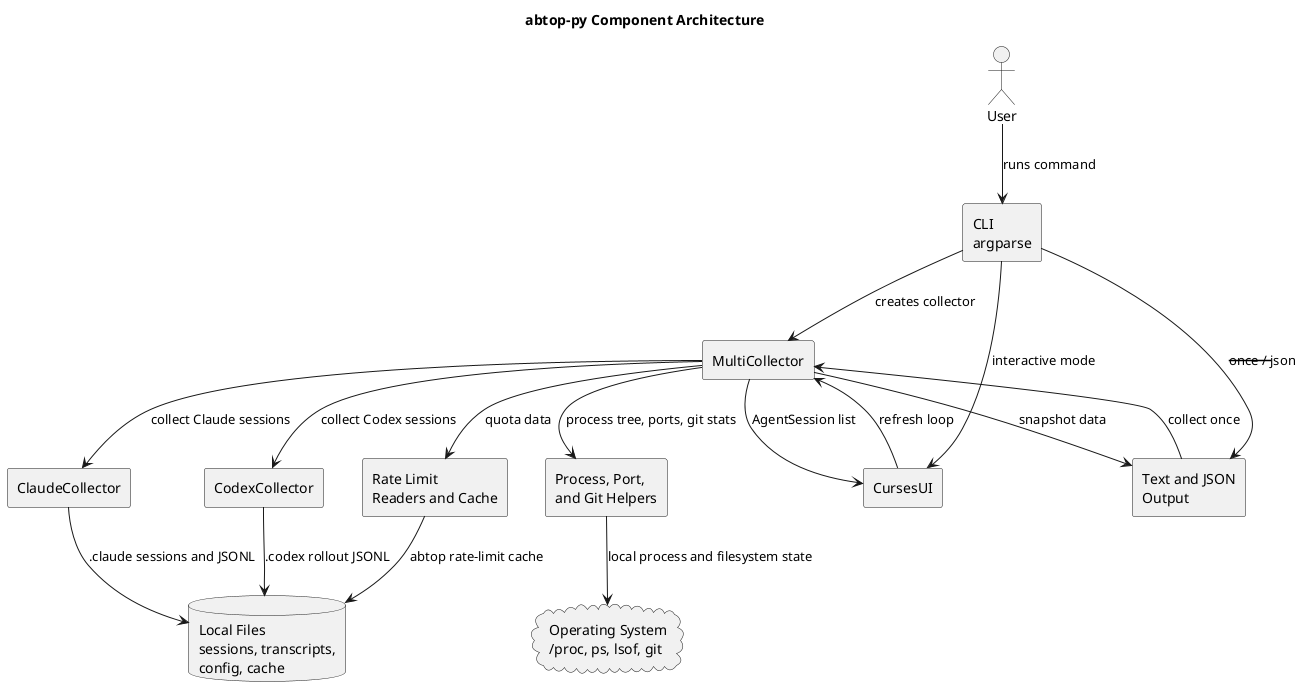
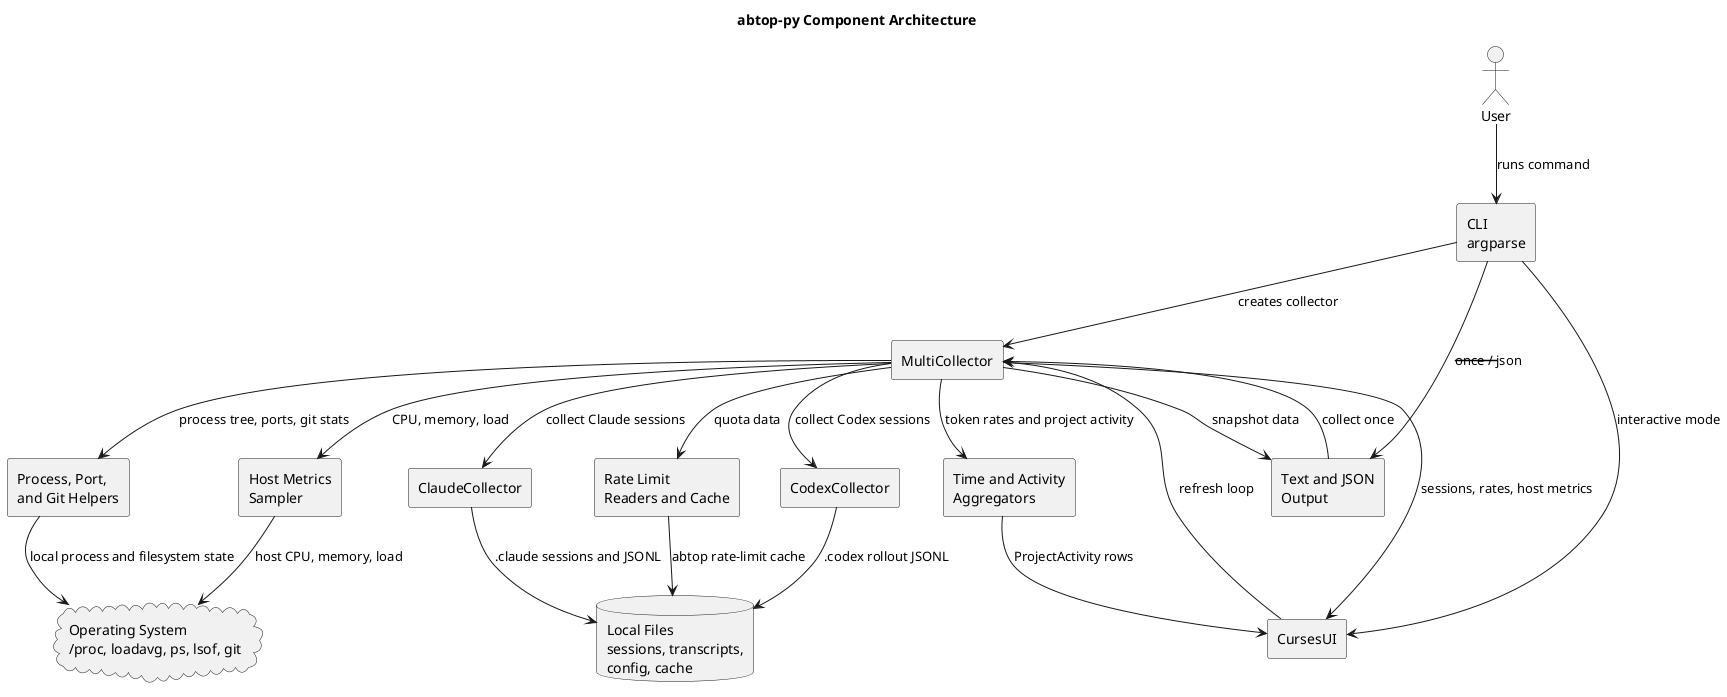
@startuml
title abtop-py Component Architecture

skinparam componentStyle rectangle
skinparam shadowing false

actor "User" as User

component "CLI\nargparse" as CLI
component "MultiCollector" as MultiCollector
component "ClaudeCollector" as ClaudeCollector
component "CodexCollector" as CodexCollector
component "Process, Port,\nand Git Helpers" as Helpers
+ component "Host Metrics\nSampler" as HostMetrics
component "Rate Limit\nReaders and Cache" as RateLimits
+ component "Time and Activity\nAggregators" as Activity
component "CursesUI" as TUI
component "Text and JSON\nOutput" as Output

database "Local Files\nsessions, transcripts,\nconfig, cache" as Files
- cloud "Operating System\n/proc, ps, lsof, git" as OS
+ cloud "Operating System\n/proc, loadavg, ps, lsof, git" as OS

User --> CLI : runs command
CLI --> MultiCollector : creates collector
CLI --> TUI : interactive mode
CLI --> Output : --once / --json
TUI --> MultiCollector : refresh loop
Output --> MultiCollector : collect once

MultiCollector --> ClaudeCollector : collect Claude sessions
MultiCollector --> CodexCollector : collect Codex sessions
MultiCollector --> Helpers : process tree, ports, git stats
+ MultiCollector --> HostMetrics : CPU, memory, load
MultiCollector --> RateLimits : quota data
+ MultiCollector --> Activity : token rates and project activity

ClaudeCollector --> Files : .claude sessions and JSONL
CodexCollector --> Files : .codex rollout JSONL
RateLimits --> Files : abtop rate-limit cache
Helpers --> OS : local process and filesystem state
+ HostMetrics --> OS : host CPU, memory, load

- MultiCollector --> TUI : AgentSession list
+ MultiCollector --> TUI : sessions, rates, host metrics
+ Activity --> TUI : ProjectActivity rows
MultiCollector --> Output : snapshot data
@enduml
